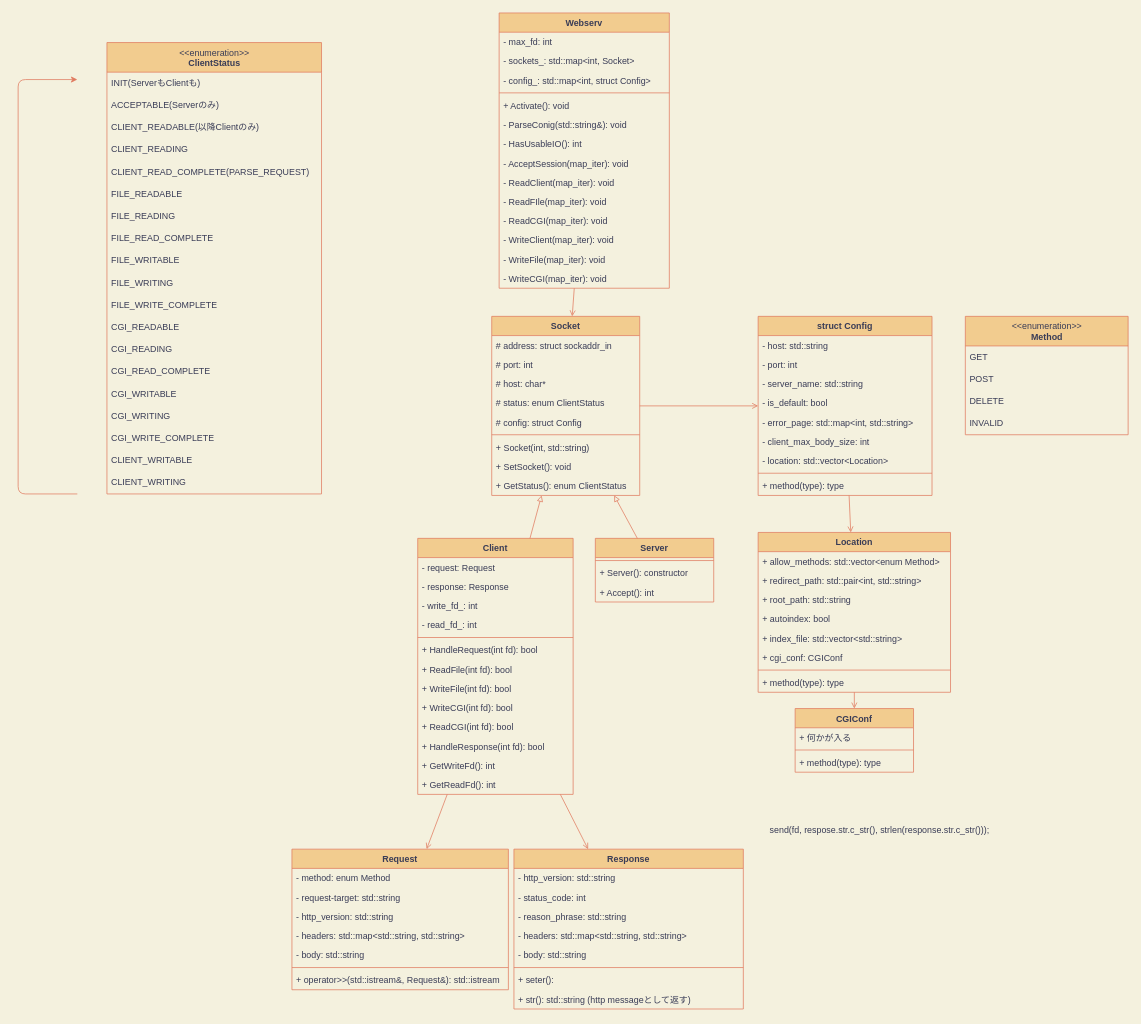
Before: docs/classes.dio in tkomatsu/webserv, a draw.io diagram. Source tidied: cells renumbered, new cells numbered last; positions are measured from the earlier drawing's top-left corner, leaving out a move shared by most shapes. Both pictures are drawn from the tidied source at 74%, with x=0, y=0 at pixel (18, 13).
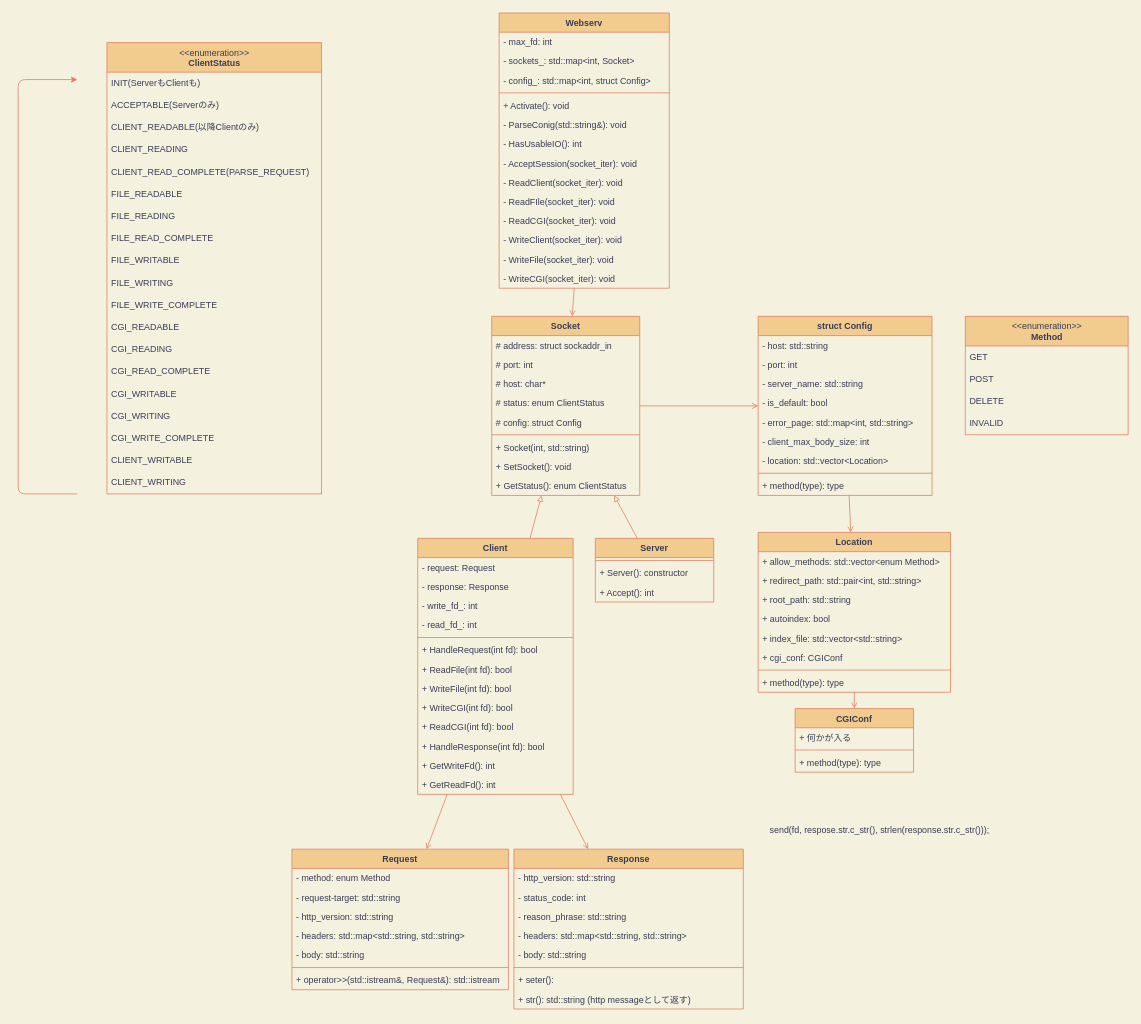
The same page after the edit.

The change refers to these unchanged cells:
```xml
<mxCell id="49" value="Webserv" style="swimlane;fontStyle=1;align=center;verticalAlign=top;horizontal=1;startSize=26;fillColor=#F2CC8F;strokeColor=#E07A5F;fontColor=#393C56;" parent="1" vertex="1">
  <mxGeometry x="650" width="230" height="372" as="geometry" />
</mxCell>
```

The edit, as a diff of the source:
```diff
@@
-    <mxCell id="57" value="- AcceptSession(map_iter): void" style="text;strokeColor=none;fillColor=none;align=left;verticalAlign=top;spacingLeft=4;spacingRight=4;overflow=hidden;fontColor=#393C56;" parent="49" vertex="1">
+    <mxCell id="57" value="- AcceptSession(socket_iter): void" style="text;strokeColor=none;fillColor=none;align=left;verticalAlign=top;spacingLeft=4;spacingRight=4;overflow=hidden;fontColor=#393C56;" parent="49" vertex="1">
       <mxGeometry y="190" width="230" height="26" as="geometry" />
     </mxCell>
-    <mxCell id="58" value="- ReadClient(map_iter): void" style="text;strokeColor=none;fillColor=none;align=left;verticalAlign=top;spacingLeft=4;spacingRight=4;overflow=hidden;fontColor=#393C56;" parent="49" vertex="1">
+    <mxCell id="58" value="- ReadClient(socket_iter): void" style="text;strokeColor=none;fillColor=none;align=left;verticalAlign=top;spacingLeft=4;spacingRight=4;overflow=hidden;fontColor=#393C56;" parent="49" vertex="1">
       <mxGeometry y="216" width="230" height="26" as="geometry" />
     </mxCell>
-    <mxCell id="59" value="- ReadFIle(map_iter): void" style="text;strokeColor=none;fillColor=none;align=left;verticalAlign=top;spacingLeft=4;spacingRight=4;overflow=hidden;fontColor=#393C56;" parent="49" vertex="1">
+    <mxCell id="59" value="- ReadFIle(socket_iter): void" style="text;strokeColor=none;fillColor=none;align=left;verticalAlign=top;spacingLeft=4;spacingRight=4;overflow=hidden;fontColor=#393C56;" parent="49" vertex="1">
       <mxGeometry y="242" width="230" height="26" as="geometry" />
     </mxCell>
-    <mxCell id="60" value="- ReadCGI(map_iter): void" style="text;strokeColor=none;fillColor=none;align=left;verticalAlign=top;spacingLeft=4;spacingRight=4;overflow=hidden;fontColor=#393C56;" parent="49" vertex="1">
+    <mxCell id="60" value="- ReadCGI(socket_iter): void" style="text;strokeColor=none;fillColor=none;align=left;verticalAlign=top;spacingLeft=4;spacingRight=4;overflow=hidden;fontColor=#393C56;" parent="49" vertex="1">
       <mxGeometry y="268" width="230" height="26" as="geometry" />
     </mxCell>
-    <mxCell id="61" value="- WriteClient(map_iter): void" style="text;strokeColor=none;fillColor=none;align=left;verticalAlign=top;spacingLeft=4;spacingRight=4;overflow=hidden;fontColor=#393C56;" parent="49" vertex="1">
+    <mxCell id="61" value="- WriteClient(socket_iter): void" style="text;strokeColor=none;fillColor=none;align=left;verticalAlign=top;spacingLeft=4;spacingRight=4;overflow=hidden;fontColor=#393C56;" parent="49" vertex="1">
       <mxGeometry y="294" width="230" height="26" as="geometry" />
     </mxCell>
-    <mxCell id="62" value="- WriteFile(map_iter): void" style="text;strokeColor=none;fillColor=none;align=left;verticalAlign=top;spacingLeft=4;spacingRight=4;overflow=hidden;fontColor=#393C56;" parent="49" vertex="1">
+    <mxCell id="62" value="- WriteFile(socket_iter): void" style="text;strokeColor=none;fillColor=none;align=left;verticalAlign=top;spacingLeft=4;spacingRight=4;overflow=hidden;fontColor=#393C56;" parent="49" vertex="1">
       <mxGeometry y="320" width="230" height="26" as="geometry" />
     </mxCell>
-    <mxCell id="63" value="- WriteCGI(map_iter): void" style="text;strokeColor=none;fillColor=none;align=left;verticalAlign=top;spacingLeft=4;spacingRight=4;overflow=hidden;fontColor=#393C56;" parent="49" vertex="1">
+    <mxCell id="63" value="- WriteCGI(socket_iter): void" style="text;strokeColor=none;fillColor=none;align=left;verticalAlign=top;spacingLeft=4;spacingRight=4;overflow=hidden;fontColor=#393C56;" parent="49" vertex="1">
       <mxGeometry y="346" width="230" height="26" as="geometry" />
     </mxCell>
```
